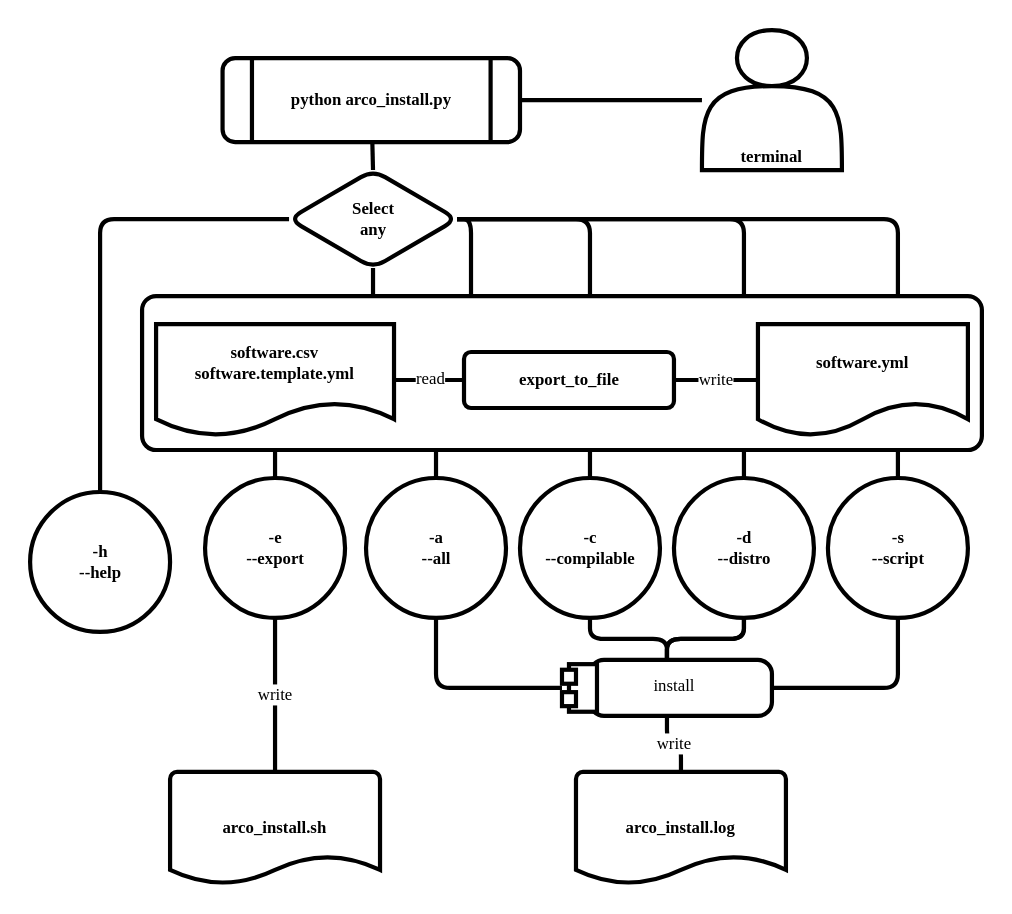
The draw.io diagram docs/use_diagram.drawio.svg in AlbertoVf/arco-install, before a commit. Source tidied: cells renumbered, new cells last; positions are measured from the earlier drawing's top-left corner, leaving out a move shared by most shapes. Its diagram source:
```xml
<mxGraphModel background="#FFFFFF">
  <root>
    <mxCell id="0" />
    <mxCell id="1" parent="0" />
    <mxCell id="2" style="edgeStyle=orthogonalEdgeStyle;hachureGap=4;html=1;entryX=1;entryY=0.5;entryDx=0;entryDy=0;fontFamily=GeistMono Nerd Font;fontSize=12;endArrow=none;endFill=0;strokeWidth=3;" parent="1" edge="1" source="3" target="14">
      <mxGeometry relative="1" as="geometry" />
    </mxCell>
    <mxCell id="3" value="terminal" style="shape=actor;whiteSpace=wrap;html=1;fontFamily=GeistMono Nerd Font;fontSize=12;rounded=1;fontStyle=1;strokeWidth=3;align=center;verticalAlign=bottom;fillColor=default;" parent="1" vertex="1">
      <mxGeometry x="480" width="100" height="100" as="geometry" />
    </mxCell>
    <mxCell id="4" style="edgeStyle=orthogonalEdgeStyle;shape=connector;rounded=1;html=1;entryX=0;entryY=0.5;entryDx=0;entryDy=0;labelBackgroundColor=default;strokeWidth=3;fontFamily=GeistMono Nerd Font;fontSize=12;fontColor=default;endArrow=none;endFill=0;exitX=0.5;exitY=1;exitDx=0;exitDy=0;" parent="1" edge="1" source="5" target="27">
      <mxGeometry relative="1" as="geometry" />
    </mxCell>
    <mxCell id="5" value="-a&lt;br style=&quot;font-size: 12px;&quot;&gt;--all" style="ellipse;fontFamily=GeistMono Nerd Font;fontSize=12;align=center;strokeWidth=3;html=1;rotation=0;rounded=1;fontStyle=1;fillColor=default;" parent="1" vertex="1">
      <mxGeometry x="240" y="320" width="100" height="100" as="geometry" />
    </mxCell>
    <mxCell id="6" style="edgeStyle=orthogonalEdgeStyle;shape=connector;rounded=1;html=1;entryX=0.5;entryY=0;entryDx=0;entryDy=0;labelBackgroundColor=default;strokeWidth=3;fontFamily=GeistMono Nerd Font;fontSize=12;fontColor=default;endArrow=none;endFill=0;" parent="1" edge="1" source="7" target="27">
      <mxGeometry relative="1" as="geometry" />
    </mxCell>
    <mxCell id="7" value="-c&lt;br style=&quot;font-size: 12px;&quot;&gt;--compilable" style="ellipse;fontFamily=GeistMono Nerd Font;fontSize=12;align=center;strokeWidth=3;html=1;rotation=0;rounded=1;fontStyle=1;fillColor=default;" parent="1" vertex="1">
      <mxGeometry x="350" y="320" width="100" height="100" as="geometry" />
    </mxCell>
    <mxCell id="8" style="edgeStyle=orthogonalEdgeStyle;shape=connector;rounded=1;html=1;entryX=0.5;entryY=0;entryDx=0;entryDy=0;labelBackgroundColor=default;strokeWidth=3;fontFamily=GeistMono Nerd Font;fontSize=12;fontColor=default;endArrow=none;endFill=0;" parent="1" edge="1" source="9" target="27">
      <mxGeometry relative="1" as="geometry" />
    </mxCell>
    <mxCell id="9" value="-d&lt;br style=&quot;font-size: 12px;&quot;&gt;--distro" style="ellipse;fontFamily=GeistMono Nerd Font;fontSize=12;align=center;strokeWidth=3;html=1;rotation=0;rounded=1;fontStyle=1;fillColor=default;" parent="1" vertex="1">
      <mxGeometry x="460" y="320" width="100" height="100" as="geometry" />
    </mxCell>
    <mxCell id="10" style="edgeStyle=orthogonalEdgeStyle;shape=connector;rounded=1;html=1;entryX=1;entryY=0.5;entryDx=0;entryDy=0;labelBackgroundColor=default;strokeWidth=3;fontFamily=GeistMono Nerd Font;fontSize=12;fontColor=default;endArrow=none;endFill=0;exitX=0.5;exitY=1;exitDx=0;exitDy=0;" parent="1" edge="1" source="11" target="27">
      <mxGeometry relative="1" as="geometry" />
    </mxCell>
    <mxCell id="11" value="-s&lt;br style=&quot;font-size: 12px;&quot;&gt;--script" style="ellipse;fontFamily=GeistMono Nerd Font;fontSize=12;align=center;strokeWidth=3;html=1;rotation=0;rounded=1;fontStyle=1;fillColor=default;" parent="1" vertex="1">
      <mxGeometry x="570" y="320" width="100" height="100" as="geometry" />
    </mxCell>
    <mxCell id="12" value="-h&lt;br style=&quot;font-size: 12px;&quot;&gt;--help" style="ellipse;fontFamily=GeistMono Nerd Font;fontSize=12;align=center;strokeWidth=3;html=1;rotation=0;rounded=1;fontStyle=1;fillColor=default;" parent="1" vertex="1">
      <mxGeometry y="330" width="100" height="100" as="geometry" />
    </mxCell>
    <mxCell id="13" style="edgeStyle=none;html=1;entryX=0.5;entryY=0;entryDx=0;entryDy=0;strokeWidth=3;endArrow=none;endFill=0;fontFamily=GeistMono Nerd Font;fontSize=12;" parent="1" edge="1" source="14" target="24">
      <mxGeometry relative="1" as="geometry" />
    </mxCell>
    <mxCell id="14" value="python arco_install.py" style="shape=process;whiteSpace=wrap;html=1;backgroundOutline=1;fontFamily=GeistMono Nerd Font;fontSize=12;rounded=1;fontStyle=1;strokeWidth=3;align=center;verticalAlign=middle;fillColor=default;" parent="1" vertex="1">
      <mxGeometry x="137.5" y="20" width="212.5" height="60" as="geometry" />
    </mxCell>
    <mxCell id="15" value="write" style="edgeStyle=orthogonalEdgeStyle;shape=connector;rounded=1;html=1;entryX=0.5;entryY=0;entryDx=0;entryDy=0;entryPerimeter=0;labelBackgroundColor=default;strokeWidth=3;fontFamily=GeistMono Nerd Font;fontSize=12;fontColor=default;endArrow=none;endFill=0;" parent="1" edge="1" source="16" target="17">
      <mxGeometry relative="1" as="geometry" />
    </mxCell>
    <mxCell id="16" value="-e&lt;br style=&quot;font-size: 12px;&quot;&gt;--export" style="ellipse;fontFamily=GeistMono Nerd Font;fontSize=12;align=center;strokeWidth=3;html=1;rotation=0;rounded=1;fontStyle=1;fillColor=default;" parent="1" vertex="1">
      <mxGeometry x="125" y="320" width="100" height="100" as="geometry" />
    </mxCell>
    <mxCell id="17" value="arco_install.sh" style="strokeWidth=3;html=1;shape=mxgraph.flowchart.document2;whiteSpace=wrap;size=0.25;fontSize=12;fontFamily=GeistMono Nerd Font;fontStyle=1;rounded=1;fillColor=default;rotation=0;" parent="1" vertex="1">
      <mxGeometry x="100" y="530" width="150" height="80" as="geometry" />
    </mxCell>
    <mxCell id="18" style="edgeStyle=orthogonalEdgeStyle;html=1;strokeWidth=3;endArrow=none;endFill=0;fontFamily=GeistMono Nerd Font;fontSize=12;fontStyle=1;rounded=1;exitX=0;exitY=0.5;exitDx=0;exitDy=0;" parent="1" edge="1" source="24" target="12">
      <mxGeometry relative="1" as="geometry" />
    </mxCell>
    <mxCell id="19" style="edgeStyle=orthogonalEdgeStyle;shape=connector;rounded=1;html=1;entryX=0.5;entryY=0;entryDx=0;entryDy=0;labelBackgroundColor=default;strokeWidth=3;fontFamily=GeistMono Nerd Font;fontSize=12;fontColor=default;endArrow=none;endFill=0;" parent="1" edge="1" source="24" target="16">
      <mxGeometry relative="1" as="geometry" />
    </mxCell>
    <mxCell id="20" style="edgeStyle=orthogonalEdgeStyle;shape=connector;rounded=1;html=1;entryX=0.5;entryY=0;entryDx=0;entryDy=0;labelBackgroundColor=default;strokeWidth=3;fontFamily=GeistMono Nerd Font;fontSize=12;fontColor=default;endArrow=none;endFill=0;exitX=1;exitY=0.5;exitDx=0;exitDy=0;" parent="1" edge="1" source="24" target="5">
      <mxGeometry relative="1" as="geometry" />
    </mxCell>
    <mxCell id="21" style="edgeStyle=orthogonalEdgeStyle;shape=connector;rounded=1;html=1;entryX=0.5;entryY=0;entryDx=0;entryDy=0;labelBackgroundColor=default;strokeWidth=3;fontFamily=GeistMono Nerd Font;fontSize=12;fontColor=default;endArrow=none;endFill=0;" parent="1" edge="1" source="24" target="7">
      <mxGeometry relative="1" as="geometry" />
    </mxCell>
    <mxCell id="22" style="edgeStyle=orthogonalEdgeStyle;shape=connector;rounded=1;html=1;entryX=0.5;entryY=0;entryDx=0;entryDy=0;labelBackgroundColor=default;strokeWidth=3;fontFamily=GeistMono Nerd Font;fontSize=12;fontColor=default;endArrow=none;endFill=0;" parent="1" edge="1" source="24" target="9">
      <mxGeometry relative="1" as="geometry" />
    </mxCell>
    <mxCell id="23" style="edgeStyle=orthogonalEdgeStyle;shape=connector;rounded=1;html=1;entryX=0.5;entryY=0;entryDx=0;entryDy=0;labelBackgroundColor=default;strokeWidth=3;fontFamily=GeistMono Nerd Font;fontSize=12;fontColor=default;endArrow=none;endFill=0;" parent="1" edge="1" source="24" target="11">
      <mxGeometry relative="1" as="geometry" />
    </mxCell>
    <mxCell id="24" value="Select&lt;br style=&quot;font-size: 12px;&quot;&gt;any" style="rhombus;fontFamily=GeistMono Nerd Font;fontSize=12;align=center;strokeWidth=3;html=1;rounded=1;fontStyle=1;fillColor=default;" parent="1" vertex="1">
      <mxGeometry x="185" y="100" width="120" height="70" as="geometry" />
    </mxCell>
    <mxCell id="25" style="edgeStyle=orthogonalEdgeStyle;shape=connector;rounded=1;html=1;labelBackgroundColor=default;strokeWidth=3;fontFamily=GeistMono Nerd Font;fontSize=12;fontColor=default;endArrow=none;endFill=0;" parent="1" edge="1" source="27" target="9">
      <mxGeometry relative="1" as="geometry" />
    </mxCell>
    <mxCell id="26" value="write" style="edgeStyle=orthogonalEdgeStyle;shape=connector;rounded=1;html=1;entryX=0.5;entryY=0;entryDx=0;entryDy=0;entryPerimeter=0;labelBackgroundColor=default;strokeWidth=3;fontFamily=GeistMono Nerd Font;fontSize=12;fontColor=default;endArrow=none;endFill=0;" parent="1" edge="1" source="27" target="28">
      <mxGeometry relative="1" as="geometry" />
    </mxCell>
    <mxCell id="27" value="install" style="shape=mxgraph.uml25.actionParams;html=1;align=center;verticalAlign=top;absoluteArcSize=1;arcSize=10;dashed=0;spacingLeft=10;spacingTop=5;fontFamily=GeistMono Nerd Font;fontSize=12;strokeWidth=3;rounded=1;fillColor=default;rotation=0;" parent="1" vertex="1">
      <mxGeometry x="380" y="450" width="150" height="40" as="geometry" />
    </mxCell>
    <mxCell id="28" value="arco_install.log" style="strokeWidth=3;html=1;shape=mxgraph.flowchart.document2;whiteSpace=wrap;size=0.25;fontSize=12;fontFamily=GeistMono Nerd Font;fontStyle=1;rounded=1;fillColor=default;rotation=0;" parent="1" vertex="1">
      <mxGeometry x="390" y="530" width="150" height="80" as="geometry" />
    </mxCell>
    <mxCell id="29" style="rounded=1;absoluteArcSize=1;arcSize=20;html=1;verticalAlign=top;align=left;spacingTop=5;spacingLeft=10;strokeWidth=3;fontFamily=GeistMono Nerd Font;fontSize=12;" parent="1" vertex="1">
      <mxGeometry x="80" y="190" width="600" height="110" as="geometry" />
    </mxCell>
    <mxCell id="30" value="software.yml" style="shape=document;whiteSpace=wrap;html=1;boundedLbl=1;fontFamily=GeistMono Nerd Font;fontSize=12;rounded=1;fontStyle=1;strokeWidth=3;align=center;verticalAlign=middle;fillColor=default;rotation=0;" parent="1" vertex="1">
      <mxGeometry x="520" y="210" width="150" height="80" as="geometry" />
    </mxCell>
    <mxCell id="31" value="software.csv&lt;br style=&quot;font-size: 12px;&quot;&gt;software.template.yml" style="shape=document;whiteSpace=wrap;html=1;boundedLbl=1;fontFamily=GeistMono Nerd Font;fontSize=12;rounded=1;fontStyle=1;strokeWidth=3;align=center;verticalAlign=middle;fillColor=default;" parent="1" vertex="1">
      <mxGeometry x="90" y="210" width="170" height="80" as="geometry" />
    </mxCell>
    <mxCell id="32" value="export_to_file" style="html=1;align=center;verticalAlign=middle;rounded=1;absoluteArcSize=1;arcSize=10;dashed=0;strokeWidth=3;fontFamily=GeistMono Nerd Font;fontSize=12;fontStyle=1;fillColor=default;rotation=0;" parent="1" vertex="1">
      <mxGeometry x="310" y="230" width="150" height="40" as="geometry" />
    </mxCell>
    <mxCell id="33" style="edgeStyle=orthogonalEdgeStyle;shape=connector;rounded=1;html=1;entryX=0;entryY=0.5;entryDx=0;entryDy=0;labelBackgroundColor=default;strokeWidth=3;fontFamily=GeistMono Nerd Font;fontSize=12;fontColor=default;endArrow=none;endFill=0;exitX=1;exitY=0.5;exitDx=0;exitDy=0;" parent="1" edge="1" source="31" target="32">
      <mxGeometry relative="1" as="geometry" />
    </mxCell>
    <mxCell id="34" value="read" style="edgeLabel;html=1;align=center;verticalAlign=middle;fontSize=12;fontFamily=GeistMono Nerd Font;fontColor=default;rounded=1;" parent="33" vertex="1">
      <mxGeometry x="-0.02" y="2" relative="1" as="geometry" />
    </mxCell>
    <mxCell id="35" value="write" style="edgeStyle=orthogonalEdgeStyle;shape=connector;rounded=1;html=1;entryX=0;entryY=0.5;entryDx=0;entryDy=0;labelBackgroundColor=default;strokeWidth=3;fontFamily=GeistMono Nerd Font;fontSize=12;fontColor=default;endArrow=none;endFill=0;" parent="1" edge="1" source="32" target="30">
      <mxGeometry relative="1" as="geometry" />
    </mxCell>
  </root>
</mxGraphModel>
```
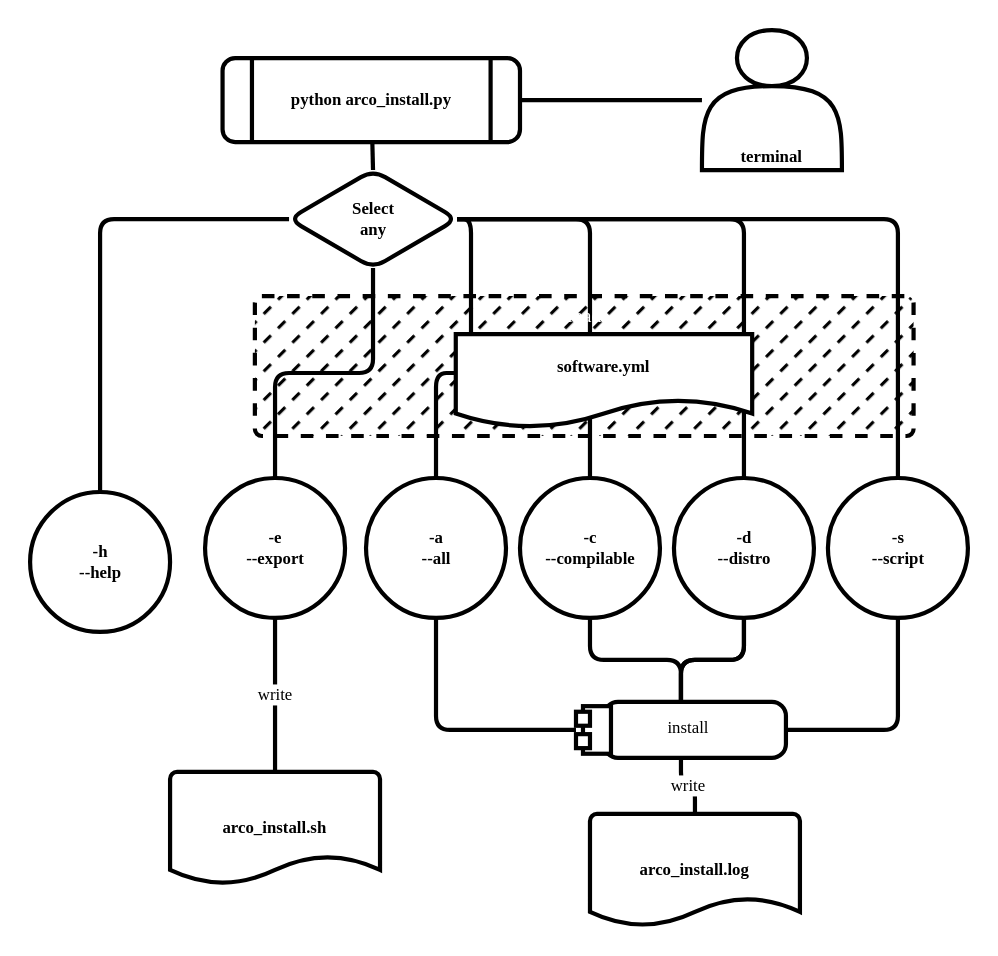
After the commit.

What changed in the source:
```diff
@@ -78,31 +78,19 @@
       <mxGeometry relative="1" as="geometry" />
     </mxCell>
     <mxCell id="27" value="install" style="shape=mxgraph.uml25.actionParams;html=1;align=center;verticalAlign=top;absoluteArcSize=1;arcSize=10;dashed=0;spacingLeft=10;spacingTop=5;fontFamily=GeistMono Nerd Font;fontSize=12;strokeWidth=3;rounded=1;fillColor=default;rotation=0;" parent="1" vertex="1">
-      <mxGeometry x="380" y="450" width="150" height="40" as="geometry" />
+      <mxGeometry x="390" y="480" width="150" height="40" as="geometry" />
     </mxCell>
     <mxCell id="28" value="arco_install.log" style="strokeWidth=3;html=1;shape=mxgraph.flowchart.document2;whiteSpace=wrap;size=0.25;fontSize=12;fontFamily=GeistMono Nerd Font;fontStyle=1;rounded=1;fillColor=default;rotation=0;" parent="1" vertex="1">
-      <mxGeometry x="390" y="530" width="150" height="80" as="geometry" />
+      <mxGeometry x="400" y="560" width="150" height="80" as="geometry" />
     </mxCell>
-    <mxCell id="29" style="rounded=1;absoluteArcSize=1;arcSize=20;html=1;verticalAlign=top;align=left;spacingTop=5;spacingLeft=10;strokeWidth=3;fontFamily=GeistMono Nerd Font;fontSize=12;" parent="1" vertex="1">
-      <mxGeometry x="80" y="190" width="600" height="110" as="geometry" />
-    </mxCell>
+    <mxCell id="36" style="group;fillColor=none;" parent="1" vertex="1">
+      <mxGeometry x="170" y="190" width="480" height="100" as="geometry" />
+    </mxCell>
+    <mxCell id="34" value="&lt;font face=&quot;GeistMono Nerd Font&quot; style=&quot;font-size: 14px;&quot;&gt;read&lt;/font&gt;" style="html=1;align=center;verticalAlign=top;rounded=1;absoluteArcSize=1;arcSize=10;dashed=1;whiteSpace=wrap;strokeWidth=3;glass=0;fillStyle=dashed;fillColor=#000000;strokeColor=default;fontColor=#ffffff;" parent="36" vertex="1">
+      <mxGeometry x="-9.4" width="470.6" height="100" as="geometry" />
+    </mxCell>
-    <mxCell id="30" value="software.yml" style="shape=document;whiteSpace=wrap;html=1;boundedLbl=1;fontFamily=GeistMono Nerd Font;fontSize=12;rounded=1;fontStyle=1;strokeWidth=3;align=center;verticalAlign=middle;fillColor=default;rotation=0;" parent="1" vertex="1">
-      <mxGeometry x="520" y="210" width="150" height="80" as="geometry" />
+    <mxCell id="30" value="software.yml" style="shape=document;whiteSpace=wrap;html=1;boundedLbl=1;fontFamily=GeistMono Nerd Font;fontSize=12;rounded=1;fontStyle=1;strokeWidth=3;align=center;verticalAlign=middle;fillColor=default;rotation=0;" parent="36" vertex="1">
+      <mxGeometry x="134.1" y="27.3" width="211.8" height="66.7" as="geometry" />
     </mxCell>
-    <mxCell id="31" value="software.csv&lt;br style=&quot;font-size: 12px;&quot;&gt;software.template.yml" style="shape=document;whiteSpace=wrap;html=1;boundedLbl=1;fontFamily=GeistMono Nerd Font;fontSize=12;rounded=1;fontStyle=1;strokeWidth=3;align=center;verticalAlign=middle;fillColor=default;" parent="1" vertex="1">
-      <mxGeometry x="90" y="210" width="170" height="80" as="geometry" />
-    </mxCell>
-    <mxCell id="32" value="export_to_file" style="html=1;align=center;verticalAlign=middle;rounded=1;absoluteArcSize=1;arcSize=10;dashed=0;strokeWidth=3;fontFamily=GeistMono Nerd Font;fontSize=12;fontStyle=1;fillColor=default;rotation=0;" parent="1" vertex="1">
-      <mxGeometry x="310" y="230" width="150" height="40" as="geometry" />
-    </mxCell>
-    <mxCell id="33" style="edgeStyle=orthogonalEdgeStyle;shape=connector;rounded=1;html=1;entryX=0;entryY=0.5;entryDx=0;entryDy=0;labelBackgroundColor=default;strokeWidth=3;fontFamily=GeistMono Nerd Font;fontSize=12;fontColor=default;endArrow=none;endFill=0;exitX=1;exitY=0.5;exitDx=0;exitDy=0;" parent="1" edge="1" source="31" target="32">
-      <mxGeometry relative="1" as="geometry" />
-    </mxCell>
-    <mxCell id="34" value="read" style="edgeLabel;html=1;align=center;verticalAlign=middle;fontSize=12;fontFamily=GeistMono Nerd Font;fontColor=default;rounded=1;" parent="33" vertex="1">
-      <mxGeometry x="-0.02" y="2" relative="1" as="geometry" />
-    </mxCell>
-    <mxCell id="35" value="write" style="edgeStyle=orthogonalEdgeStyle;shape=connector;rounded=1;html=1;entryX=0;entryY=0.5;entryDx=0;entryDy=0;labelBackgroundColor=default;strokeWidth=3;fontFamily=GeistMono Nerd Font;fontSize=12;fontColor=default;endArrow=none;endFill=0;" parent="1" edge="1" source="32" target="30">
-      <mxGeometry relative="1" as="geometry" />
-    </mxCell>
   </root>
 </mxGraphModel>
```
